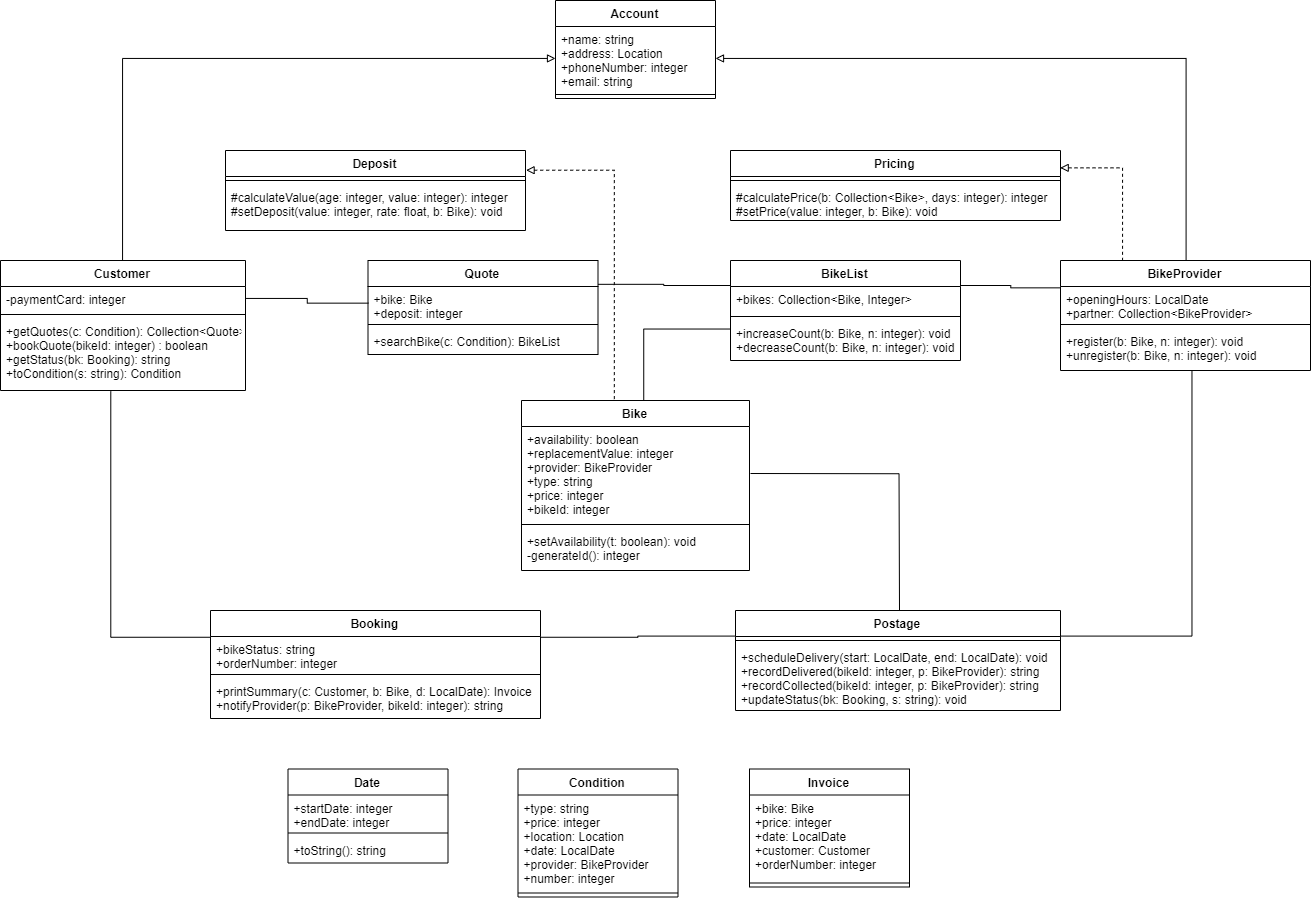
SatoMichi/SE_CW_Bike_Rental_System keeps this draw.io diagram as diagram/cw2_class_diagram.png. Above is the earlier version. Source tidied: cells renumbered, new cells last; positions are measured from the earlier drawing's top-left corner, leaving out a move shared by most shapes.
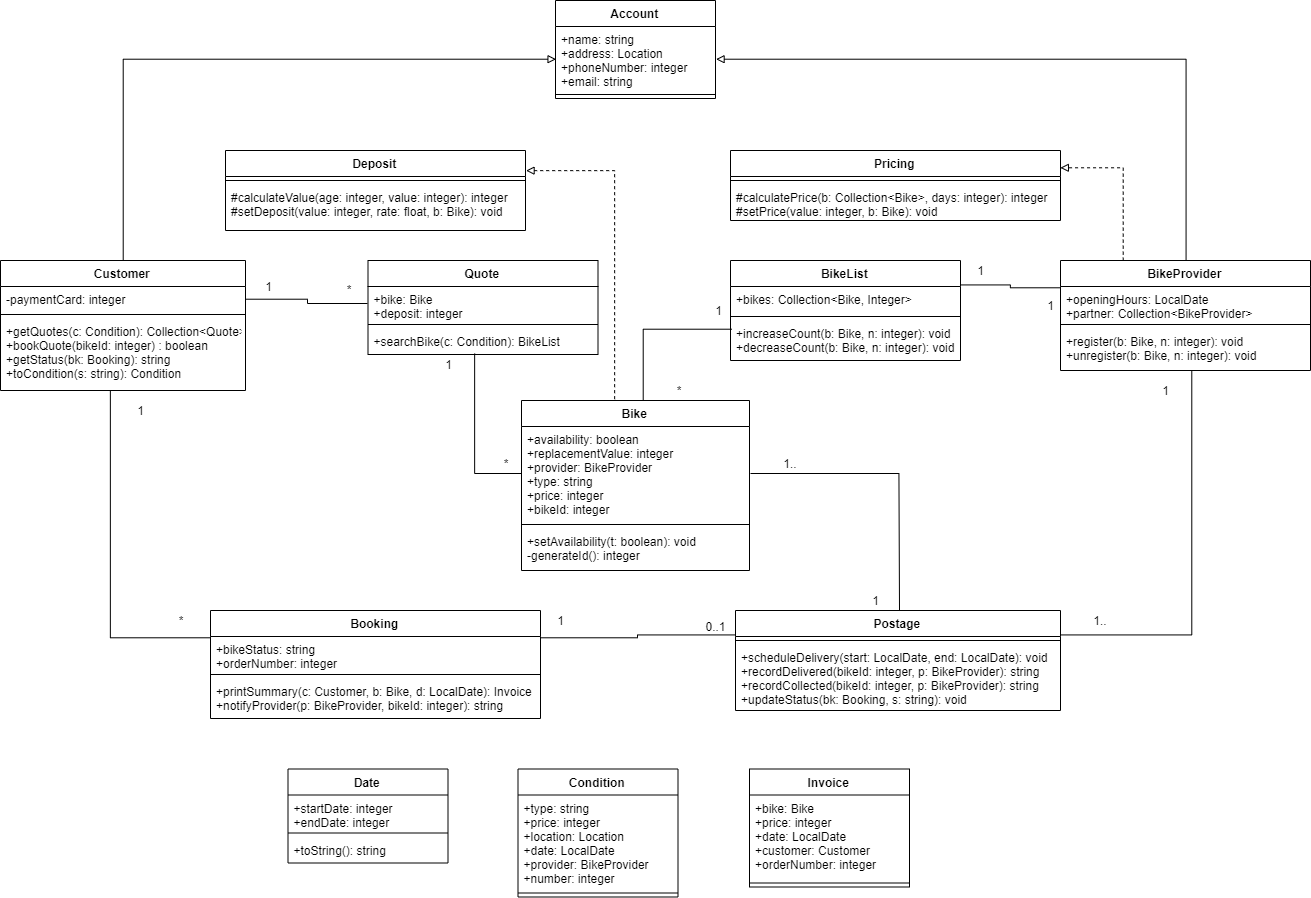
The same diagram one commit later.

Diff of the diagram source:
```diff
@@ -95,9 +95,6 @@
     <mxCell id="32" value="#calculatePrice(b: Collection&lt;Bike&gt;, days: integer): integer&#10;#setPrice(value: integer, b: Bike): void" style="text;strokeColor=none;fillColor=none;align=left;verticalAlign=top;spacingLeft=4;spacingRight=4;overflow=hidden;" parent="30" vertex="1">
       <mxGeometry y="34" width="330" height="36" as="geometry" />
     </mxCell>
-    <mxCell id="33" style="edgeStyle=orthogonalEdgeStyle;rounded=0;jettySize=auto;html=1;exitX=1;exitY=0.25;exitDx=0;exitDy=0;entryX=0;entryY=0.25;entryDx=0;entryDy=0;startArrow=none;startFill=0;endArrow=none;endFill=0;" parent="1" edge="1" source="34" target="18">
-      <mxGeometry relative="1" as="geometry" />
-    </mxCell>
     <mxCell id="34" value="Quote" style="swimlane;fontStyle=1;align=center;verticalAlign=top;horizontal=1;startSize=26;" parent="1" vertex="1">
       <mxGeometry x="367.5" y="260" width="230" height="94" as="geometry" />
     </mxCell>
@@ -179,5 +176,56 @@
     <mxCell id="59" style="line;strokeWidth=1;fillColor=none;align=left;verticalAlign=middle;spacingTop=-1;spacingLeft=3;spacingRight=3;labelPosition=right;" parent="57" vertex="1">
       <mxGeometry y="110" width="160" height="8" as="geometry" />
     </mxCell>
+    <mxCell id="60" value="*" style="text;html=1;strokeColor=none;fillColor=none;align=center;verticalAlign=middle;whiteSpace=wrap;rounded=0;" parent="1" vertex="1">
+      <mxGeometry x="160" y="610" width="40" height="20" as="geometry" />
+    </mxCell>
+    <mxCell id="61" value="1" style="text;html=1;strokeColor=none;fillColor=none;align=center;verticalAlign=middle;whiteSpace=wrap;rounded=0;" parent="1" vertex="1">
+      <mxGeometry x="120" y="400" width="40" height="20" as="geometry" />
+    </mxCell>
+    <mxCell id="62" value="1" style="text;html=1;strokeColor=none;fillColor=none;align=center;verticalAlign=middle;whiteSpace=wrap;rounded=0;" parent="1" vertex="1">
+      <mxGeometry x="248" y="276" width="40" height="20" as="geometry" />
+    </mxCell>
+    <mxCell id="63" value="*" style="text;html=1;strokeColor=none;fillColor=none;align=center;verticalAlign=middle;whiteSpace=wrap;rounded=0;" parent="1" vertex="1">
+      <mxGeometry x="328" y="279" width="40" height="20" as="geometry" />
+    </mxCell>
+    <mxCell id="64" style="edgeStyle=orthogonalEdgeStyle;rounded=0;jettySize=auto;html=1;exitX=0;exitY=0.5;exitDx=0;exitDy=0;entryX=0.461;entryY=0.984;entryDx=0;entryDy=0;entryPerimeter=0;endArrow=none;endFill=0;" parent="1" edge="1" source="23" target="37">
+      <mxGeometry relative="1" as="geometry" />
+    </mxCell>
+    <mxCell id="65" value="1" style="text;html=1;strokeColor=none;fillColor=none;align=center;verticalAlign=middle;whiteSpace=wrap;rounded=0;" parent="1" vertex="1">
+      <mxGeometry x="428" y="354" width="40" height="20" as="geometry" />
+    </mxCell>
+    <mxCell id="66" value="*" style="text;html=1;strokeColor=none;fillColor=none;align=center;verticalAlign=middle;whiteSpace=wrap;rounded=0;" parent="1" vertex="1">
+      <mxGeometry x="485" y="453" width="40" height="20" as="geometry" />
+    </mxCell>
+    <mxCell id="67" value="*" style="text;html=1;strokeColor=none;fillColor=none;align=center;verticalAlign=middle;whiteSpace=wrap;rounded=0;" parent="1" vertex="1">
+      <mxGeometry x="658" y="380" width="40" height="20" as="geometry" />
+    </mxCell>
+    <mxCell id="68" value="1" style="text;html=1;strokeColor=none;fillColor=none;align=center;verticalAlign=middle;whiteSpace=wrap;rounded=0;" parent="1" vertex="1">
+      <mxGeometry x="698" y="300" width="40" height="20" as="geometry" />
+    </mxCell>
+    <mxCell id="69" value="1" style="text;html=1;strokeColor=none;fillColor=none;align=center;verticalAlign=middle;whiteSpace=wrap;rounded=0;" parent="1" vertex="1">
+      <mxGeometry x="960" y="260" width="40" height="20" as="geometry" />
+    </mxCell>
+    <mxCell id="70" value="1" style="text;html=1;strokeColor=none;fillColor=none;align=center;verticalAlign=middle;whiteSpace=wrap;rounded=0;" parent="1" vertex="1">
+      <mxGeometry x="1030" y="295" width="40" height="20" as="geometry" />
+    </mxCell>
+    <mxCell id="71" value="1" style="text;html=1;strokeColor=none;fillColor=none;align=center;verticalAlign=middle;whiteSpace=wrap;rounded=0;" parent="1" vertex="1">
+      <mxGeometry x="1145" y="380" width="40" height="20" as="geometry" />
+    </mxCell>
+    <mxCell id="72" value="1.." style="text;html=1;strokeColor=none;fillColor=none;align=center;verticalAlign=middle;whiteSpace=wrap;rounded=0;" parent="1" vertex="1">
+      <mxGeometry x="1080" y="610" width="40" height="20" as="geometry" />
+    </mxCell>
+    <mxCell id="73" value="1" style="text;html=1;strokeColor=none;fillColor=none;align=center;verticalAlign=middle;whiteSpace=wrap;rounded=0;" parent="1" vertex="1">
+      <mxGeometry x="540" y="610" width="40" height="20" as="geometry" />
+    </mxCell>
+    <mxCell id="74" value="0..1" style="text;html=1;strokeColor=none;fillColor=none;align=center;verticalAlign=middle;whiteSpace=wrap;rounded=0;" parent="1" vertex="1">
+      <mxGeometry x="695" y="616" width="40" height="20" as="geometry" />
+    </mxCell>
+    <mxCell id="75" value="1" style="text;html=1;strokeColor=none;fillColor=none;align=center;verticalAlign=middle;whiteSpace=wrap;rounded=0;" parent="1" vertex="1">
+      <mxGeometry x="855" y="590" width="40" height="20" as="geometry" />
+    </mxCell>
+    <mxCell id="76" value="1.." style="text;html=1;strokeColor=none;fillColor=none;align=center;verticalAlign=middle;whiteSpace=wrap;rounded=0;" parent="1" vertex="1">
+      <mxGeometry x="770" y="453" width="40" height="20" as="geometry" />
+    </mxCell>
   </root>
 </mxGraphModel>
```
